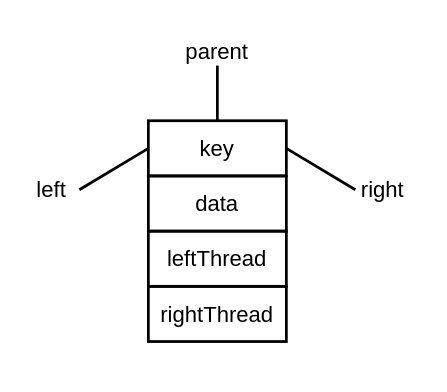
Above: page "double_tbst" (3 of 5) of diagrams/bst_node.drawio in burpeesDaily/forest-python (draw.io), before the change. Source tidied: cells renumbered, new cells numbered last; positions are measured from the earlier drawing's top-left corner, leaving out a move shared by most shapes. Both pictures are drawn from the tidied source at 138%, with x=0, y=0 at pixel (23, 23).
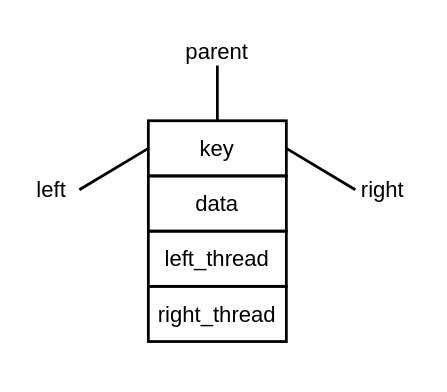
After the change.

Change to the diagram source:
```diff
@@
 <mxGraphModel>
   <root>
     <mxCell id="0" />
     <mxCell id="1" parent="0" />
     <mxCell id="2" style="rounded=0;whiteSpace=wrap;html=1;strokeColor=none;strokeWidth=2;fillColor=#FFFFFF;" parent="1" vertex="1">
       <mxGeometry width="290" height="250" as="geometry" />
     </mxCell>
     <mxCell id="3" value="&lt;font style=&quot;font-size: 16px&quot; color=&quot;#000000&quot;&gt;key&lt;/font&gt;" style="rounded=0;whiteSpace=wrap;html=1;strokeColor=#000000;strokeWidth=2;fillColor=none;" parent="1" vertex="1">
       <mxGeometry x="90" y="70" width="100" height="40" as="geometry" />
     </mxCell>
     <mxCell id="4" value="&lt;font style=&quot;font-size: 16px&quot; color=&quot;#000000&quot;&gt;data&lt;/font&gt;" style="rounded=0;whiteSpace=wrap;html=1;strokeColor=#000000;strokeWidth=2;fillColor=none;" parent="1" vertex="1">
       <mxGeometry x="90" y="110" width="100" height="40" as="geometry" />
     </mxCell>
     <mxCell id="5" style="endArrow=none;html=1;entryX=1;entryY=0.5;entryDx=0;entryDy=0;strokeColor=#000000;strokeWidth=2;exitX=0;exitY=0.5;exitDx=0;exitDy=0;" parent="1" edge="1" source="8" target="3">
       <mxGeometry relative="1" as="geometry" />
     </mxCell>
     <mxCell id="6" style="endArrow=none;html=1;entryX=0;entryY=0.5;entryDx=0;entryDy=0;strokeColor=#000000;strokeWidth=2;" parent="1" edge="1" target="3">
       <mxGeometry relative="1" as="geometry">
         <mxPoint x="40" y="120" as="sourcePoint" />
       </mxGeometry>
     </mxCell>
     <mxCell id="7" style="endArrow=none;html=1;entryX=0.5;entryY=0;entryDx=0;entryDy=0;strokeColor=#000000;strokeWidth=2;exitX=0.5;exitY=1;exitDx=0;exitDy=0;" parent="1" edge="1" source="10" target="3">
       <mxGeometry relative="1" as="geometry" />
     </mxCell>
     <mxCell id="8" value="&lt;span style=&quot;color: rgb(0 , 0 , 0) ; font-size: 16px&quot;&gt;right&lt;/span&gt;" style="text;html=1;strokeColor=none;fillColor=none;align=center;verticalAlign=middle;whiteSpace=wrap;rounded=0;" parent="1" vertex="1">
       <mxGeometry x="240" y="110" width="40" height="20" as="geometry" />
     </mxCell>
     <mxCell id="9" value="&lt;span style=&quot;color: rgb(0 , 0 , 0) ; font-size: 16px&quot;&gt;left&lt;/span&gt;" style="text;html=1;strokeColor=none;fillColor=none;align=center;verticalAlign=middle;whiteSpace=wrap;rounded=0;" parent="1" vertex="1">
       <mxGeometry y="110" width="40" height="20" as="geometry" />
     </mxCell>
     <mxCell id="10" value="&lt;span style=&quot;color: rgb(0 , 0 , 0) ; font-size: 16px&quot;&gt;parent&lt;/span&gt;" style="text;html=1;strokeColor=none;fillColor=none;align=center;verticalAlign=middle;whiteSpace=wrap;rounded=0;" parent="1" vertex="1">
       <mxGeometry x="120" y="10" width="40" height="20" as="geometry" />
     </mxCell>
-    <mxCell id="11" value="&lt;font color=&quot;#000000&quot;&gt;&lt;span style=&quot;font-size: 16px&quot;&gt;leftThread&lt;/span&gt;&lt;/font&gt;" style="rounded=0;whiteSpace=wrap;html=1;strokeColor=#000000;strokeWidth=2;fillColor=none;" parent="1" vertex="1">
+    <mxCell id="11" value="&lt;font color=&quot;#000000&quot;&gt;&lt;span style=&quot;font-size: 16px&quot;&gt;left_thread&lt;/span&gt;&lt;/font&gt;" style="rounded=0;whiteSpace=wrap;html=1;strokeColor=#000000;strokeWidth=2;fillColor=none;" parent="1" vertex="1">
       <mxGeometry x="90" y="150" width="100" height="40" as="geometry" />
     </mxCell>
-    <mxCell id="12" value="&lt;font style=&quot;font-size: 16px&quot; color=&quot;#000000&quot;&gt;rightThread&lt;/font&gt;" style="rounded=0;whiteSpace=wrap;html=1;strokeColor=#000000;strokeWidth=2;fillColor=none;" parent="1" vertex="1">
+    <mxCell id="12" value="&lt;font style=&quot;font-size: 16px&quot; color=&quot;#000000&quot;&gt;right_thread&lt;/font&gt;" style="rounded=0;whiteSpace=wrap;html=1;strokeColor=#000000;strokeWidth=2;fillColor=none;" parent="1" vertex="1">
       <mxGeometry x="90" y="190" width="100" height="40" as="geometry" />
     </mxCell>
   </root>
 </mxGraphModel>
```
